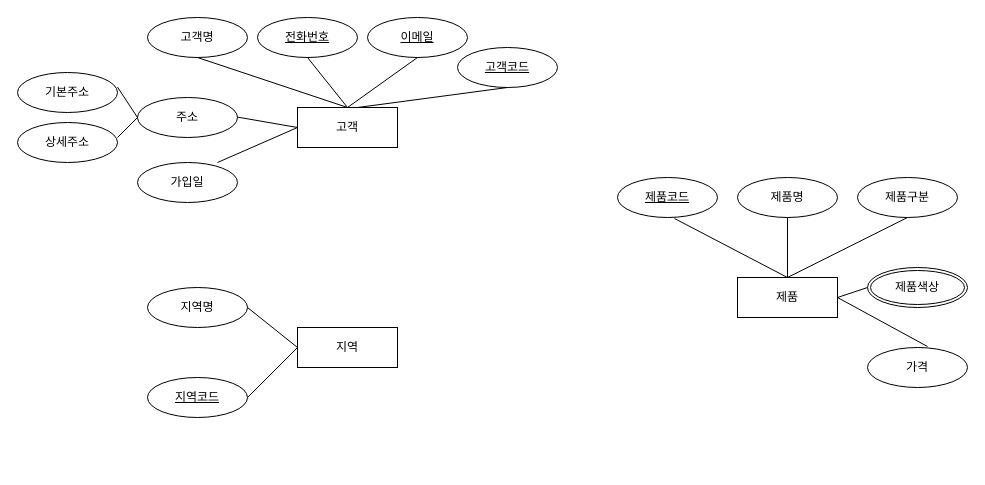
Before: 제목 없는 다이어그램.drawio in jh0322/erd, a draw.io diagram. Source tidied: cells renumbered, new cells numbered last; positions are measured from the earlier drawing's top-left corner, leaving out a move shared by most shapes. Both pictures are drawn from the tidied source at 100%, with x=0, y=0 at pixel (17, 17).
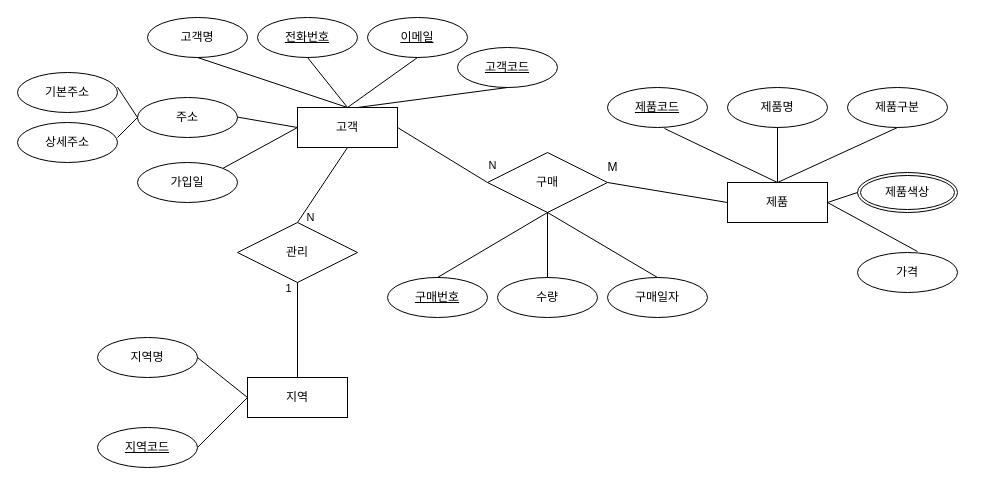
Above is the later version.

Commit message:
제목 없는 다이어그램.drawio 업데이트

Unchanged cells that the change refers to:
```xml
<mxCell id="2" value="고객" style="whiteSpace=wrap;html=1;align=center;" parent="1" vertex="1">
  <mxGeometry x="280" y="90" width="100" height="40" as="geometry" />
</mxCell>
<mxCell id="17" value="가입일" style="ellipse;whiteSpace=wrap;html=1;align=center;" parent="1" vertex="1">
  <mxGeometry x="120" y="145" width="100" height="40" as="geometry" />
</mxCell>
```

Diff of the diagram source:
```diff
@@
-    <mxCell id="18" style="endArrow=none;html=1;rounded=0;entryX=0;entryY=0.5;entryDx=0;entryDy=0;" parent="1" edge="1" target="2">
-      <mxGeometry relative="1" as="geometry">
-        <mxPoint x="200" y="145" as="sourcePoint" />
-      </mxGeometry>
+    <mxCell id="18" style="endArrow=none;html=1;rounded=0;entryX=0;entryY=0.5;entryDx=0;entryDy=0;exitX=1;exitY=0;exitDx=0;exitDy=0;" parent="1" edge="1" source="17" target="2">
+      <mxGeometry relative="1" as="geometry" />
     </mxCell>
     <mxCell id="19" value="지역" style="whiteSpace=wrap;html=1;align=center;" parent="1" vertex="1">
-      <mxGeometry x="280" y="310" width="100" height="40" as="geometry" />
+      <mxGeometry x="230" y="360" width="100" height="40" as="geometry" />
     </mxCell>
     <mxCell id="20" value="지역명" style="ellipse;whiteSpace=wrap;html=1;align=center;" parent="1" vertex="1">
-      <mxGeometry x="130" y="270" width="100" height="40" as="geometry" />
+      <mxGeometry x="80" y="320" width="100" height="40" as="geometry" />
     </mxCell>
@@
     <mxCell id="23" value="제품" style="whiteSpace=wrap;html=1;align=center;" parent="1" vertex="1">
-      <mxGeometry x="720" y="260" width="100" height="40" as="geometry" />
+      <mxGeometry x="710" y="165" width="100" height="40" as="geometry" />
     </mxCell>
     <mxCell id="24" value="제품명" style="ellipse;whiteSpace=wrap;html=1;align=center;" parent="1" vertex="1">
-      <mxGeometry x="720" y="160" width="100" height="40" as="geometry" />
+      <mxGeometry x="710" y="70" width="100" height="40" as="geometry" />
     </mxCell>
     <mxCell id="25" value="지역코드" style="ellipse;whiteSpace=wrap;html=1;align=center;fontStyle=4;" parent="1" vertex="1">
-      <mxGeometry x="130" y="360" width="100" height="40" as="geometry" />
+      <mxGeometry x="80" y="410" width="100" height="40" as="geometry" />
     </mxCell>
     <mxCell id="26" value="제품코드" style="ellipse;whiteSpace=wrap;html=1;align=center;fontStyle=4;" parent="1" vertex="1">
-      <mxGeometry x="600" y="160" width="100" height="40" as="geometry" />
+      <mxGeometry x="590" y="70" width="100" height="40" as="geometry" />
     </mxCell>
     <mxCell id="27" value="제품구분" style="ellipse;whiteSpace=wrap;html=1;align=center;" parent="1" vertex="1">
-      <mxGeometry x="840" y="160" width="100" height="40" as="geometry" />
+      <mxGeometry x="830" y="70" width="100" height="40" as="geometry" />
     </mxCell>
     <mxCell id="28" value="가격" style="ellipse;whiteSpace=wrap;html=1;align=center;" parent="1" vertex="1">
-      <mxGeometry x="850" y="330" width="100" height="40" as="geometry" />
+      <mxGeometry x="840" y="235" width="100" height="40" as="geometry" />
     </mxCell>
     <mxCell id="29" value="제품색상" style="ellipse;shape=doubleEllipse;margin=3;whiteSpace=wrap;html=1;align=center;" parent="1" vertex="1">
-      <mxGeometry x="850" y="250" width="100" height="40" as="geometry" />
+      <mxGeometry x="840" y="155" width="100" height="40" as="geometry" />
     </mxCell>
@@
     <mxCell id="34" style="endArrow=none;html=1;rounded=0;exitX=1;exitY=0.5;exitDx=0;exitDy=0;" parent="1" edge="1" source="23">
       <mxGeometry relative="1" as="geometry">
-        <mxPoint x="910" y="329" as="targetPoint" />
+        <mxPoint x="900" y="234" as="targetPoint" />
       </mxGeometry>
     </mxCell>
+    <mxCell id="35" value="관리" style="shape=rhombus;perimeter=rhombusPerimeter;whiteSpace=wrap;html=1;align=center;" parent="1" vertex="1">
+      <mxGeometry x="220" y="205" width="120" height="60" as="geometry" />
+    </mxCell>
+    <mxCell id="36" style="endArrow=none;html=1;rounded=0;exitX=0.5;exitY=1;exitDx=0;exitDy=0;entryX=0.5;entryY=0;entryDx=0;entryDy=0;" parent="1" edge="1" source="2" target="35">
+      <mxGeometry relative="1" as="geometry" />
+    </mxCell>
+    <mxCell id="37" value="N" style="edgeLabel;html=1;align=center;verticalAlign=middle;" parent="36" vertex="1">
+      <mxGeometry x="0.08" relative="1" as="geometry">
+        <mxPoint x="-10" y="29" as="offset" />
+      </mxGeometry>
+    </mxCell>
+    <mxCell id="38" style="endArrow=none;html=1;rounded=0;exitX=0.5;exitY=1;exitDx=0;exitDy=0;entryX=0.5;entryY=0;entryDx=0;entryDy=0;" parent="1" edge="1" source="35" target="19">
+      <mxGeometry relative="1" as="geometry" />
+    </mxCell>
+    <mxCell id="39" value="1" style="edgeLabel;html=1;align=center;verticalAlign=middle;" parent="38" vertex="1">
+      <mxGeometry x="0.28" relative="1" as="geometry">
+        <mxPoint x="-10" y="-56" as="offset" />
+      </mxGeometry>
+    </mxCell>
+    <mxCell id="40" value="구매" style="shape=rhombus;perimeter=rhombusPerimeter;whiteSpace=wrap;html=1;align=center;" parent="1" vertex="1">
+      <mxGeometry x="470" y="135" width="120" height="60" as="geometry" />
+    </mxCell>
+    <mxCell id="41" style="endArrow=none;html=1;rounded=0;exitX=1;exitY=0.5;exitDx=0;exitDy=0;entryX=0;entryY=0.5;entryDx=0;entryDy=0;" parent="1" edge="1" source="2" target="40">
+      <mxGeometry relative="1" as="geometry" />
+    </mxCell>
+    <mxCell id="42" value="N" style="edgeLabel;html=1;align=center;verticalAlign=middle;" parent="41" vertex="1">
+      <mxGeometry x="0.7" relative="1" as="geometry">
+        <mxPoint x="18" y="-9" as="offset" />
+      </mxGeometry>
+    </mxCell>
+    <mxCell id="43" style="endArrow=none;html=1;rounded=0;exitX=1;exitY=0.5;exitDx=0;exitDy=0;entryX=0;entryY=0.5;entryDx=0;entryDy=0;" parent="1" edge="1" source="40" target="23">
+      <mxGeometry relative="1" as="geometry" />
+    </mxCell>
+    <mxCell id="44" value="구매번호" style="ellipse;whiteSpace=wrap;html=1;align=center;fontStyle=4;" parent="1" vertex="1">
+      <mxGeometry x="370" y="260" width="100" height="40" as="geometry" />
+    </mxCell>
+    <mxCell id="45" value="수량" style="ellipse;whiteSpace=wrap;html=1;align=center;" parent="1" vertex="1">
+      <mxGeometry x="480" y="260" width="100" height="40" as="geometry" />
+    </mxCell>
+    <mxCell id="46" value="구매일자" style="ellipse;whiteSpace=wrap;html=1;align=center;" parent="1" vertex="1">
+      <mxGeometry x="590" y="260" width="100" height="40" as="geometry" />
+    </mxCell>
+    <mxCell id="47" style="endArrow=none;html=1;rounded=0;exitX=0.5;exitY=0;exitDx=0;exitDy=0;entryX=0.5;entryY=1;entryDx=0;entryDy=0;" parent="1" edge="1" source="44" target="40">
+      <mxGeometry relative="1" as="geometry" />
+    </mxCell>
+    <mxCell id="48" style="endArrow=none;html=1;rounded=0;exitX=0.5;exitY=0;exitDx=0;exitDy=0;entryX=0.5;entryY=1;entryDx=0;entryDy=0;" parent="1" edge="1" source="45" target="40">
+      <mxGeometry relative="1" as="geometry" />
+    </mxCell>
+    <mxCell id="49" style="endArrow=none;html=1;rounded=0;exitX=0.5;exitY=0;exitDx=0;exitDy=0;entryX=0.5;entryY=1;entryDx=0;entryDy=0;" parent="1" edge="1" source="46" target="40">
+      <mxGeometry relative="1" as="geometry" />
+    </mxCell>
+    <mxCell id="50" value="M" style="text;html=1;align=center;verticalAlign=middle;strokeColor=none;fillColor=none;" parent="1" vertex="1">
+      <mxGeometry x="580" y="135" width="30" height="30" as="geometry" />
+    </mxCell>
```
